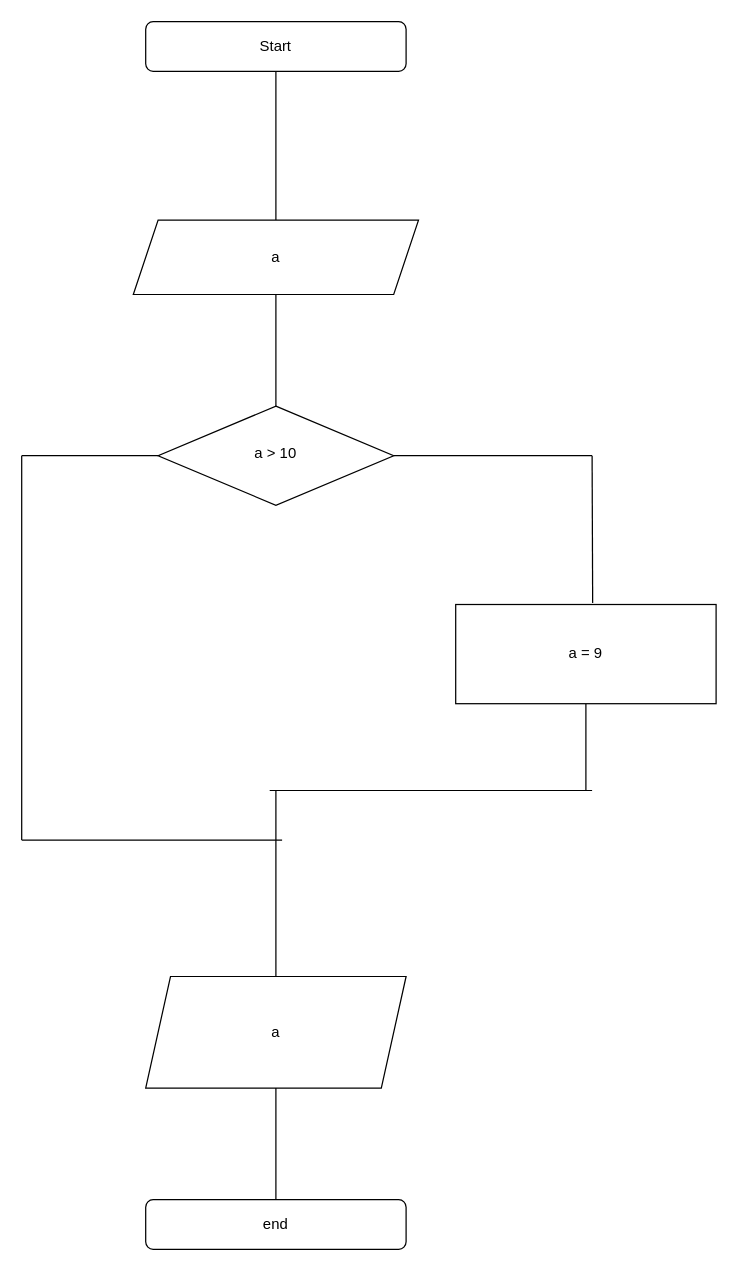
Before: flowchart.drawio in zanaviska/diploma, a draw.io diagram. Source tidied: cells renumbered, new cells numbered last; positions are measured from the earlier drawing's top-left corner, leaving out a move shared by most shapes. Both pictures are drawn from the tidied source at 124%, with x=0, y=0 at pixel (21, 21).
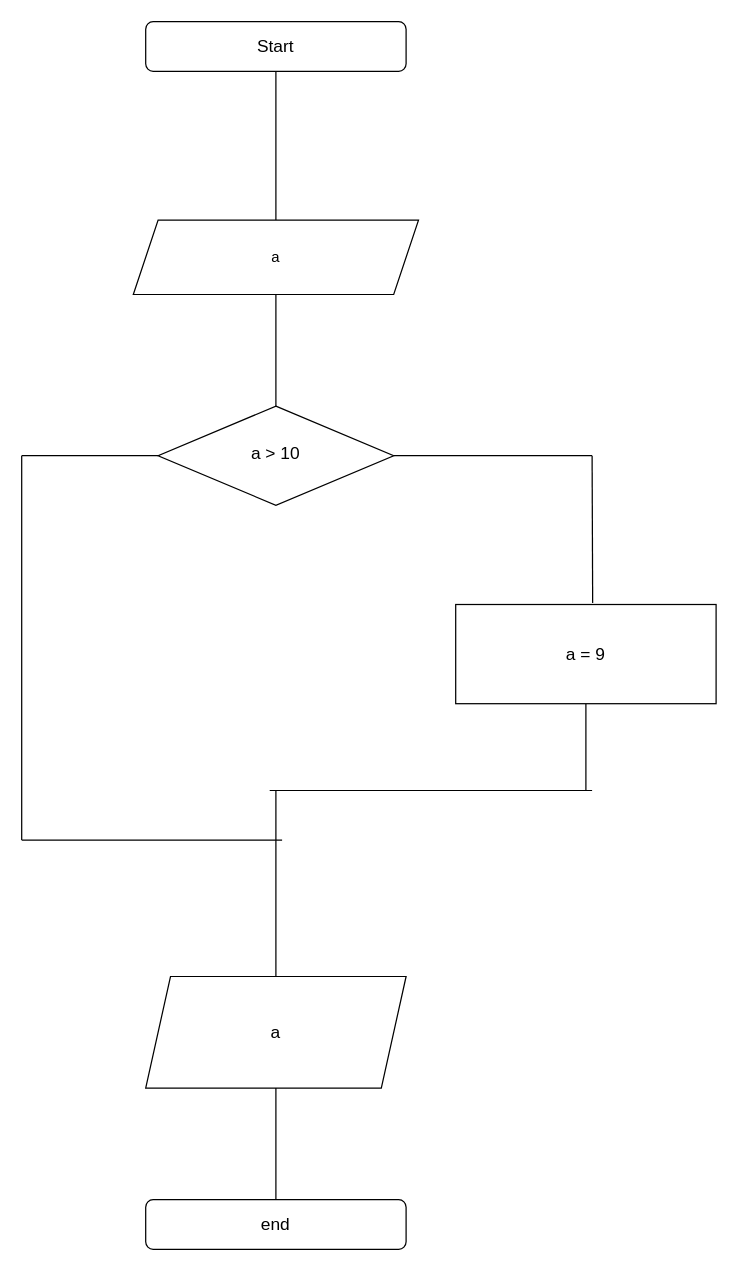
Above is the later version.

What changed in the source:
```diff
@@
-    <mxCell id="2" value="Start" style="rounded=1;whiteSpace=wrap;html=1;fontSize=12;glass=0;strokeWidth=1;shadow=0;" parent="1" vertex="1">
+    <mxCell id="2" value="&lt;font style=&quot;font-size: 14px&quot;&gt;Start&lt;/font&gt;" style="rounded=1;whiteSpace=wrap;html=1;fontSize=12;glass=0;strokeWidth=1;shadow=0;" parent="1" vertex="1">
       <mxGeometry x="100" width="210" height="40" as="geometry" />
     </mxCell>
-    <mxCell id="3" value="a &amp;gt; 10" style="rhombus;whiteSpace=wrap;html=1;shadow=0;fontFamily=Helvetica;fontSize=12;align=center;strokeWidth=1;spacing=6;spacingTop=-4;" parent="1" vertex="1">
+    <mxCell id="3" value="&lt;font style=&quot;font-size: 14px&quot;&gt;a &amp;gt; 10&lt;/font&gt;" style="rhombus;whiteSpace=wrap;html=1;shadow=0;fontFamily=Helvetica;fontSize=12;align=center;strokeWidth=1;spacing=6;spacingTop=-4;" parent="1" vertex="1">
       <mxGeometry x="110" y="310" width="190" height="80" as="geometry" />
     </mxCell>
-    <mxCell id="4" value="end" style="rounded=1;whiteSpace=wrap;html=1;fontSize=12;glass=0;strokeWidth=1;shadow=0;" parent="1" vertex="1">
+    <mxCell id="4" value="&lt;font style=&quot;font-size: 14px&quot;&gt;end&lt;/font&gt;" style="rounded=1;whiteSpace=wrap;html=1;fontSize=12;glass=0;strokeWidth=1;shadow=0;" parent="1" vertex="1">
       <mxGeometry x="100" y="950" width="210" height="40" as="geometry" />
     </mxCell>
@@
-    <mxCell id="8" value="a = 9" style="rounded=0;whiteSpace=wrap;html=1;strokeWidth=1;" parent="1" vertex="1">
+    <mxCell id="8" value="&lt;font style=&quot;font-size: 14px&quot;&gt;a = 9&lt;/font&gt;" style="rounded=0;whiteSpace=wrap;html=1;strokeWidth=1;" parent="1" vertex="1">
       <mxGeometry x="350" y="470" width="210" height="80" as="geometry" />
     </mxCell>
@@
-    <mxCell id="17" value="a" style="shape=parallelogram;perimeter=parallelogramPerimeter;whiteSpace=wrap;html=1;fixedSize=1;strokeWidth=1;" parent="1" vertex="1">
+    <mxCell id="17" value="&lt;font style=&quot;font-size: 14px&quot;&gt;a&lt;/font&gt;" style="shape=parallelogram;perimeter=parallelogramPerimeter;whiteSpace=wrap;html=1;fixedSize=1;strokeWidth=1;" parent="1" vertex="1">
       <mxGeometry x="100" y="770" width="210" height="90" as="geometry" />
     </mxCell>
```
